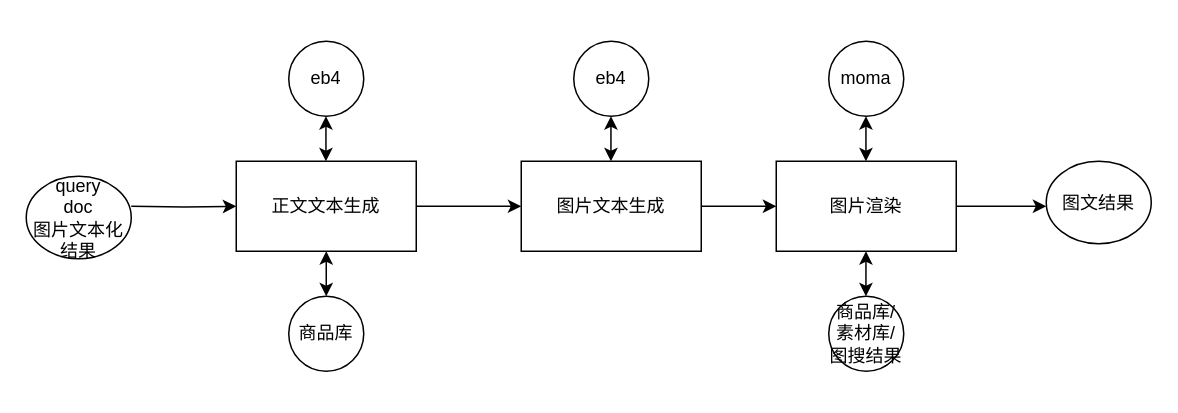
Before: 秒笔.drawio in 2018liuyan/one, a draw.io diagram. Source tidied: cells renumbered, new cells numbered last; positions are measured from the earlier drawing's top-left corner, leaving out a move shared by most shapes. Both pictures are drawn from the tidied source at 150%, with x=0, y=0 at pixel (26, 40).
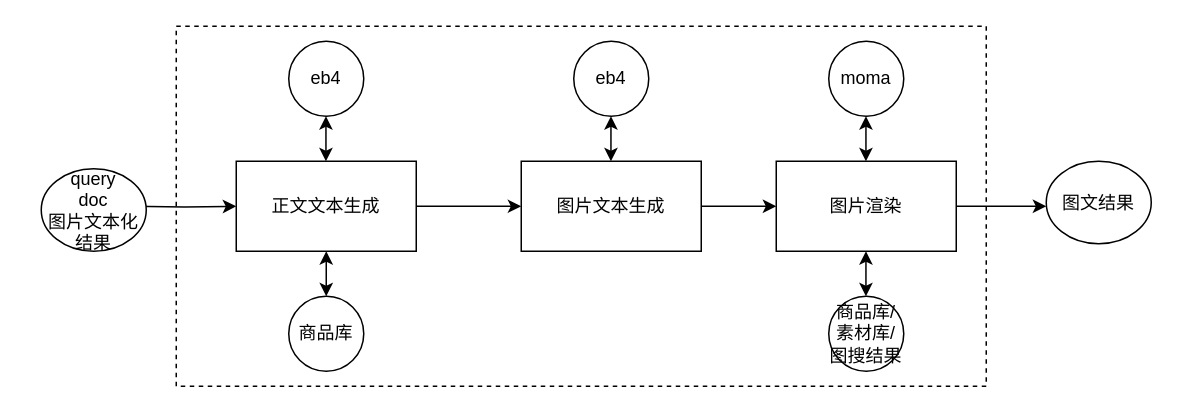
The same diagram, later.

Change to the diagram source:
```diff
@@
+    <mxCell id="21" style="rounded=0;whiteSpace=wrap;html=1;dashed=1;" parent="1" vertex="1">
+      <mxGeometry x="100" y="-10" width="540" height="240" as="geometry" />
+    </mxCell>
@@
     <mxCell id="19" value="query&lt;br&gt;doc&lt;br&gt;图片文本化结果" style="ellipse;whiteSpace=wrap;html=1;" parent="1" vertex="1">
-      <mxGeometry y="90" width="70" height="55" as="geometry" />
+      <mxGeometry x="10" y="85" width="70" height="55" as="geometry" />
     </mxCell>
```
